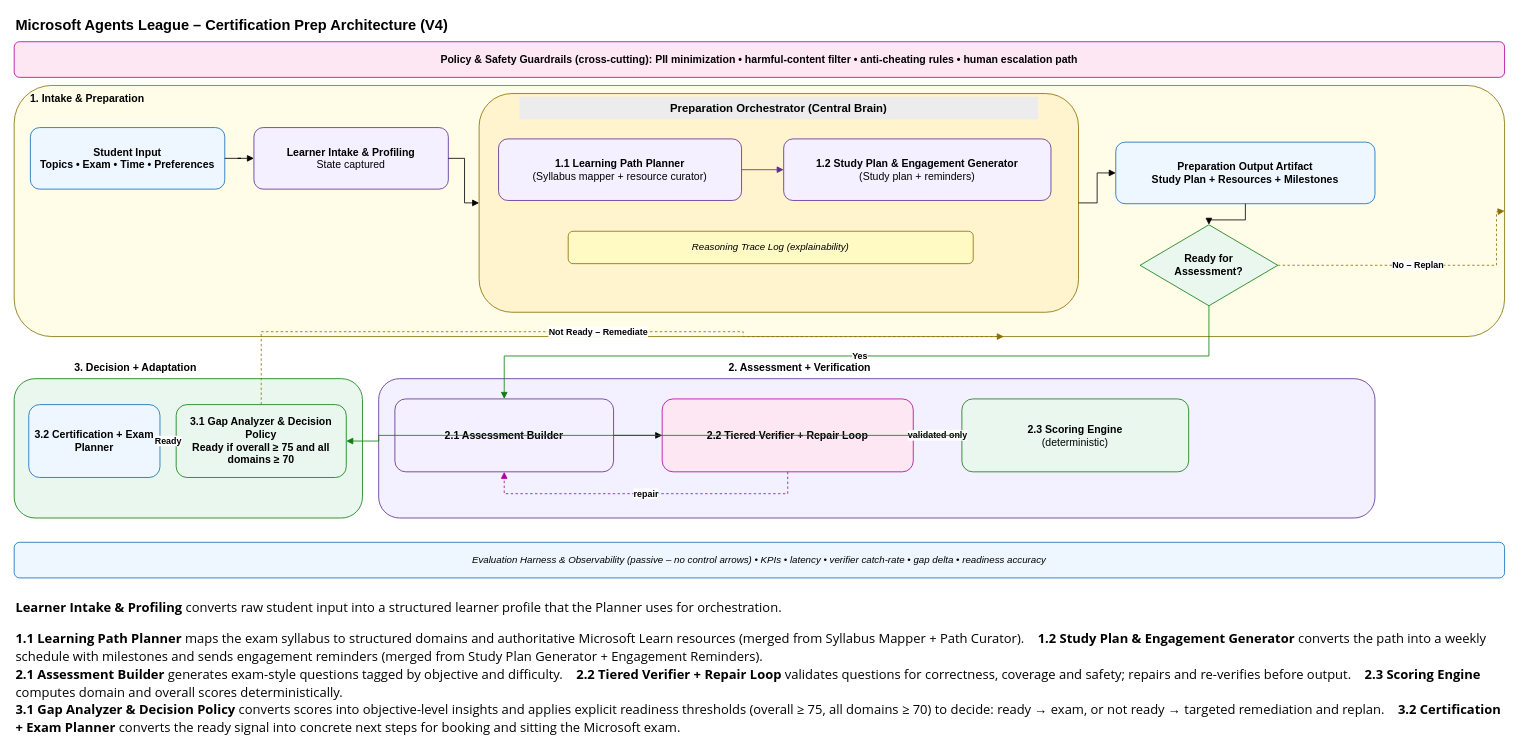
Above: docs/Solution_architecture.drawio in athiq-ahmed/agentsleague (draw.io), before the change. Source tidied: cells renumbered, new cells numbered last; positions are measured from the earlier drawing's top-left corner, leaving out a move shared by most shapes. Both pictures are drawn from the tidied source at 81%, with x=0, y=0 at pixel (14, 14).
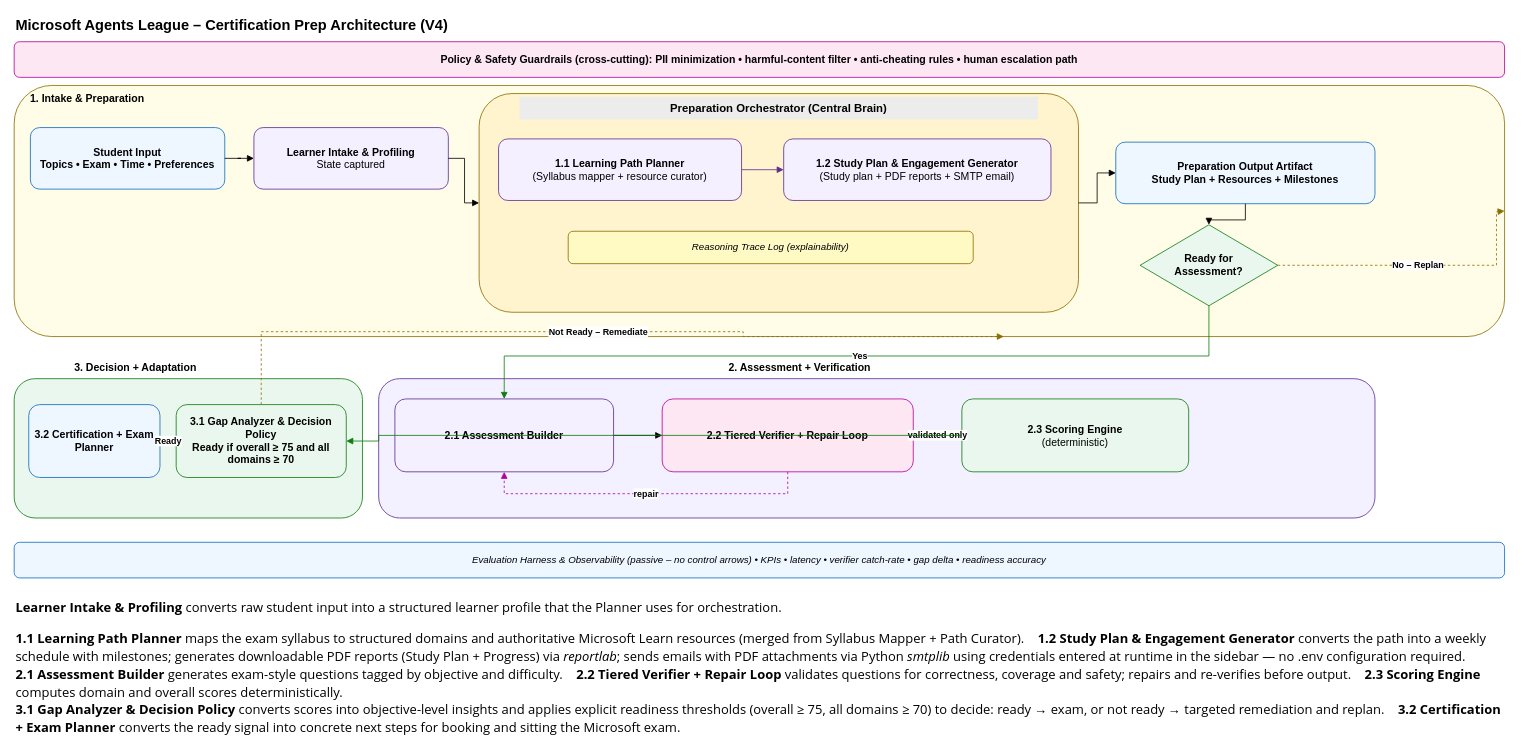
After the change.

Commit message (it also covers changes not shown here):
feat: runtime SMTP credentials via sidebar - no .env config needed

The edit, as a diff of the source:
```diff
@@
-    <mxCell id="11" value="&lt;b&gt;1.2 Study Plan &amp;amp; Engagement Generator&lt;/b&gt;&#10;(Study plan + reminders)" style="rounded=1;whiteSpace=wrap;html=1;fillColor=#F5F0FF;strokeColor=#5C2D91;fontSize=13;" parent="1" vertex="1">
+    <mxCell id="11" value="&lt;b&gt;1.2 Study Plan &amp;amp; Engagement Generator&lt;/b&gt;&#10;(Study plan + PDF reports + SMTP email)" style="rounded=1;whiteSpace=wrap;html=1;fillColor=#F5F0FF;strokeColor=#5C2D91;fontSize=13;" parent="1" vertex="1">
       <mxGeometry x="950" y="154" width="330" height="76" as="geometry" />
     </mxCell>
@@
-    <mxCell id="39" value="&lt;div style=&quot;font-family:'Segoe UI';line-height:20px;&quot;&gt;&lt;font size=&quot;3&quot;&gt;&lt;b&gt;1.1 Learning Path Planner&lt;/b&gt; maps the exam syllabus to structured domains and authoritative Microsoft Learn resources (merged from Syllabus Mapper + Path Curator).&amp;nbsp;&amp;nbsp;&amp;nbsp;&amp;nbsp;&lt;b&gt;1.2 Study Plan &amp;amp; Engagement Generator&lt;/b&gt; converts the path into a weekly schedule with milestones and sends engagement reminders (merged from Study Plan Generator + Engagement Reminders).&lt;/font&gt;&lt;/div&gt;" style="text;whiteSpace=wrap;html=1;" parent="1" vertex="1">
+    <mxCell id="39" value="&lt;div style=&quot;font-family:'Segoe UI';line-height:20px;&quot;&gt;&lt;font size=&quot;3&quot;&gt;&lt;b&gt;1.1 Learning Path Planner&lt;/b&gt; maps the exam syllabus to structured domains and authoritative Microsoft Learn resources (merged from Syllabus Mapper + Path Curator).&amp;nbsp;&amp;nbsp;&amp;nbsp;&amp;nbsp;&lt;b&gt;1.2 Study Plan &amp;amp; Engagement Generator&lt;/b&gt; converts the path into a weekly schedule with milestones; generates downloadable PDF reports (Study Plan + Progress) via &lt;i&gt;reportlab&lt;/i&gt;; sends emails with PDF attachments via Python &lt;i&gt;smtplib&lt;/i&gt; using credentials entered at runtime in the sidebar — no .env configuration required.&lt;/font&gt;&lt;/div&gt;" style="text;whiteSpace=wrap;html=1;" parent="1" vertex="1">
       <mxGeometry y="754" width="1840" height="40" as="geometry" />
     </mxCell>
```
